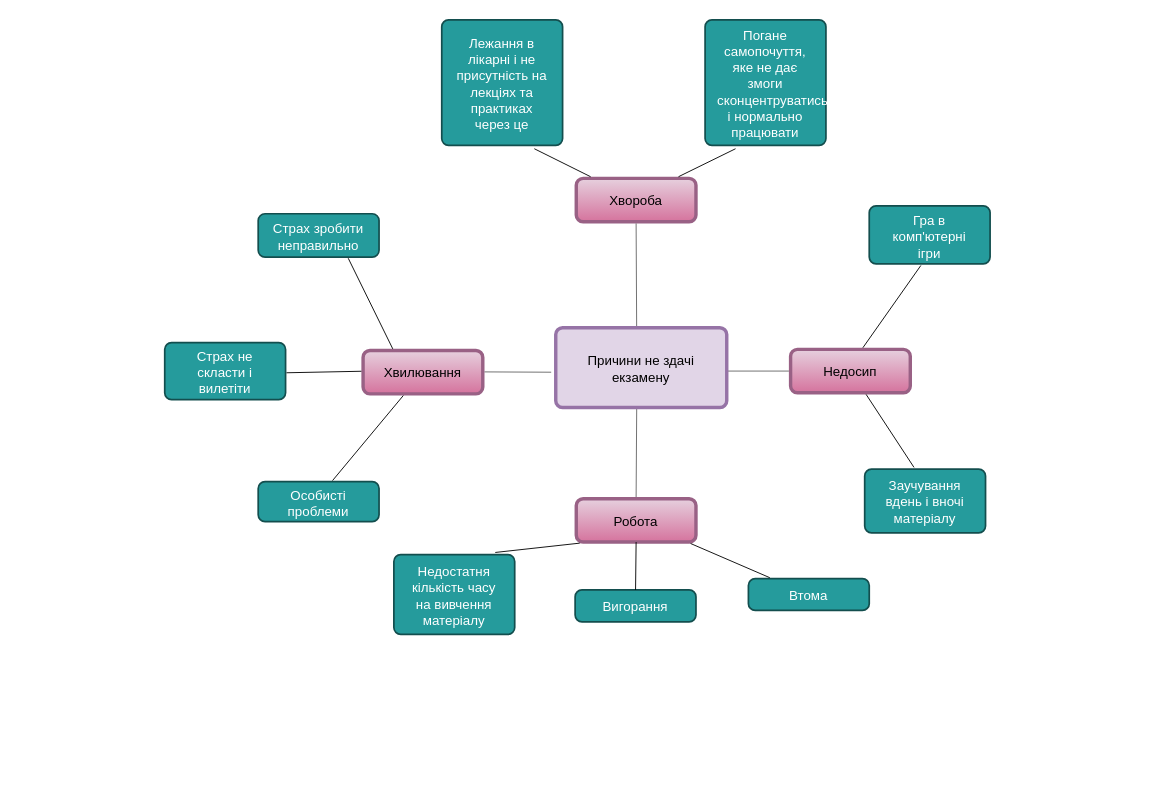
This is Untitled Diagram.drawio from Alekssin1/lab2, a draw.io file, before an edit. Source tidied: cells renumbered, new cells numbered last; positions are measured from the earlier drawing's top-left corner, leaving out a move shared by most shapes. Both pictures are drawn from the tidied source at 114%, with x=0, y=0 at pixel (164, 19).
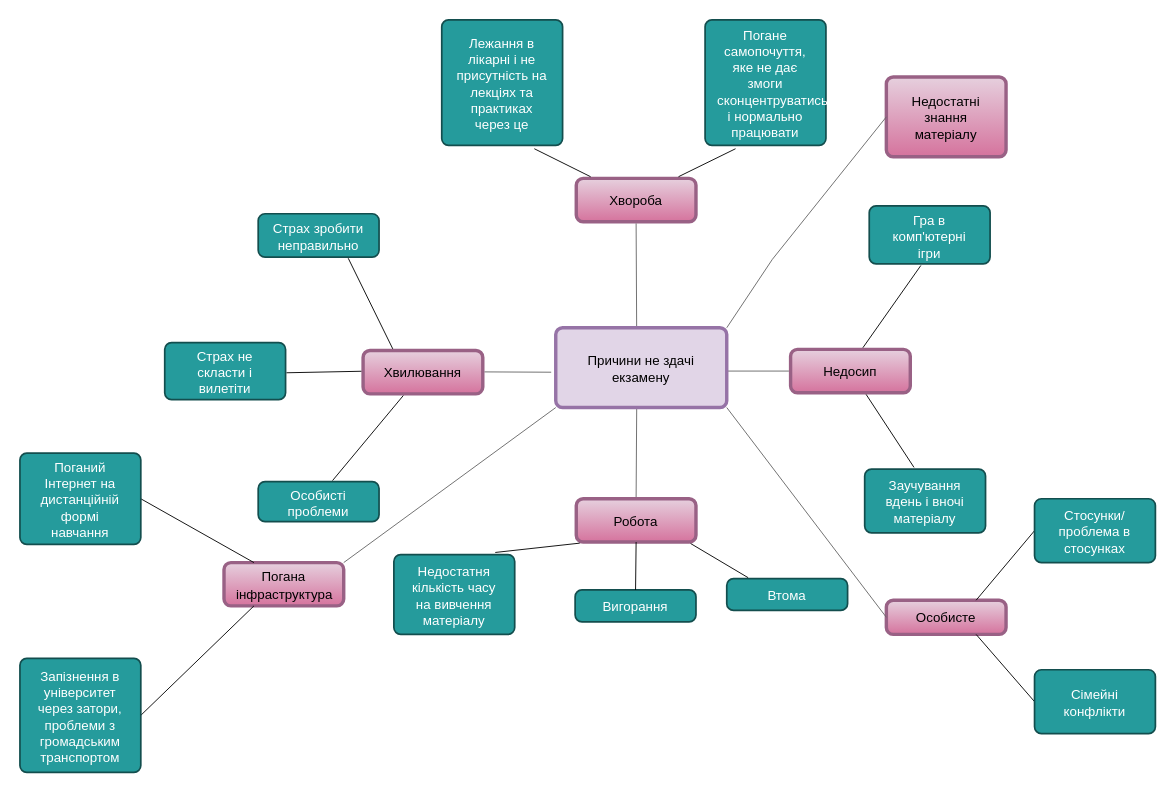
Above is the later version.

Commit message:
Mind map

The change refers to these unchanged cells:
```xml
<mxCell id="28" value="Причини не здачі екзамену" style="html=1;overflow=block;blockSpacing=1;whiteSpace=wrap;fontSize=11.7;align=center;spacingLeft=8.4;spacingRight=8.4;spacingTop=2.4;spacing=3.6;verticalAlign=middle;strokeOpacity=100;fillOpacity=100;rounded=1;absoluteArcSize=1;arcSize=12;fillColor=#e1d5e7;strokeWidth=3;strokeColor=#9673a6;" parent="1" vertex="1">
  <mxGeometry x="343" y="270" width="150" height="70" as="geometry" />
</mxCell>
```

What changed in the source:
```diff
@@
     <mxCell id="12" value="Втома" style="html=1;overflow=block;blockSpacing=1;whiteSpace=wrap;fontSize=11.7;fontColor=#ffffff;align=center;spacingLeft=8.4;spacingRight=8.4;spacingTop=2.4;spacing=3.6;strokeColor=#134e4e;strokeOpacity=100;fillOpacity=100;rounded=1;absoluteArcSize=1;arcSize=12;fillColor=#259b9c;strokeWidth=1.5;" parent="1" vertex="1">
-      <mxGeometry x="512" y="490" width="106" height="28" as="geometry" />
+      <mxGeometry x="493" y="490" width="106" height="28" as="geometry" />
     </mxCell>
@@
+    <mxCell id="31" value="Недостатні знання матеріалу" style="html=1;overflow=block;blockSpacing=1;whiteSpace=wrap;fontSize=11.7;align=center;spacingLeft=8.4;spacingRight=8.4;spacingTop=2.4;spacing=3.6;verticalAlign=middle;strokeOpacity=100;fillOpacity=100;rounded=1;absoluteArcSize=1;arcSize=12;fillColor=#e6d0de;strokeWidth=3;gradientColor=#d5739d;strokeColor=#996185;" parent="1" vertex="1">
+      <mxGeometry x="633" y="50" width="105" height="70" as="geometry" />
+    </mxCell>
+    <mxCell id="32" style="html=1;jettySize=18;whiteSpace=wrap;fontSize=13;strokeColor=#666666;strokeOpacity=100;strokeWidth=0.8;rounded=0;startArrow=none;endArrow=none;entryX=0;entryY=0.5;entryDx=0;entryDy=0;exitX=1;exitY=0;exitDx=0;exitDy=0;" parent="1" edge="1" source="28" target="31">
+      <mxGeometry relative="1" as="geometry">
+        <Array as="points">
+          <mxPoint x="533" y="210" />
+        </Array>
+      </mxGeometry>
+    </mxCell>
+    <mxCell id="33" value="Особисте" style="html=1;overflow=block;blockSpacing=1;whiteSpace=wrap;fontSize=11.7;align=center;spacingLeft=8.4;spacingRight=8.4;spacingTop=2.4;spacing=3.6;verticalAlign=middle;strokeOpacity=100;fillOpacity=100;rounded=1;absoluteArcSize=1;arcSize=12;fillColor=#e6d0de;strokeWidth=3;gradientColor=#d5739d;strokeColor=#996185;" parent="1" vertex="1">
+      <mxGeometry x="633" y="509" width="105" height="30" as="geometry" />
+    </mxCell>
+    <mxCell id="34" style="html=1;jettySize=18;whiteSpace=wrap;fontSize=13;strokeColor=#666666;strokeOpacity=100;strokeWidth=0.8;rounded=0;startArrow=none;endArrow=none;entryX=0;entryY=0.5;entryDx=0;entryDy=0;exitX=1;exitY=1;exitDx=0;exitDy=0;" parent="1" edge="1" source="28" target="33">
+      <mxGeometry relative="1" as="geometry" />
+    </mxCell>
+    <mxCell id="35" style="html=1;jettySize=18;whiteSpace=wrap;fontSize=13;strokeWidth=0.8;rounded=0;startArrow=none;endArrow=none;entryX=0;entryY=0.5;exitX=0.75;exitY=0;exitDx=0;exitDy=0;entryDx=0;entryDy=0;" parent="1" edge="1" source="33" target="37">
+      <mxGeometry relative="1" as="geometry" />
+    </mxCell>
+    <mxCell id="36" style="html=1;jettySize=18;whiteSpace=wrap;fontSize=13;strokeWidth=0.8;rounded=0;startArrow=none;endArrow=none;exitX=0.75;exitY=1;exitDx=0;exitDy=0;entryX=0;entryY=0.5;entryDx=0;entryDy=0;" parent="1" edge="1" source="33" target="38">
+      <mxGeometry relative="1" as="geometry" />
+    </mxCell>
+    <mxCell id="37" value="Стосунки/проблема в стосунках" style="html=1;overflow=block;blockSpacing=1;whiteSpace=wrap;fontSize=11.7;fontColor=#ffffff;align=center;spacingLeft=8.4;spacingRight=8.4;spacingTop=2.4;spacing=3.6;strokeColor=#134e4e;strokeOpacity=100;fillOpacity=100;rounded=1;absoluteArcSize=1;arcSize=12;fillColor=#259b9c;strokeWidth=1.5;" parent="1" vertex="1">
+      <mxGeometry x="763" y="420" width="106" height="56" as="geometry" />
+    </mxCell>
+    <mxCell id="38" value="Сімейні конфлікти" style="html=1;overflow=block;blockSpacing=1;whiteSpace=wrap;fontSize=11.7;fontColor=#ffffff;align=center;spacingLeft=8.4;spacingRight=8.4;spacingTop=2.4;spacing=3.6;strokeColor=#134e4e;strokeOpacity=100;fillOpacity=100;rounded=1;absoluteArcSize=1;arcSize=12;fillColor=#259b9c;strokeWidth=1.5;" parent="1" vertex="1">
+      <mxGeometry x="763" y="570" width="106" height="56" as="geometry" />
+    </mxCell>
+    <mxCell id="39" value="Погана інфраструктура" style="html=1;overflow=block;blockSpacing=1;whiteSpace=wrap;fontSize=11.7;align=center;spacingLeft=8.4;spacingRight=8.4;spacingTop=2.4;spacing=3.6;verticalAlign=middle;strokeOpacity=100;fillOpacity=100;rounded=1;absoluteArcSize=1;arcSize=12;fillColor=#e6d0de;strokeWidth=3;gradientColor=#d5739d;strokeColor=#996185;" parent="1" vertex="1">
+      <mxGeometry x="52" y="476" width="105" height="38" as="geometry" />
+    </mxCell>
+    <mxCell id="40" style="html=1;jettySize=18;whiteSpace=wrap;fontSize=13;strokeColor=#666666;strokeOpacity=100;strokeWidth=0.8;rounded=0;startArrow=none;endArrow=none;entryX=1;entryY=0;entryDx=0;entryDy=0;exitX=0;exitY=1;exitDx=0;exitDy=0;" parent="1" edge="1" source="28" target="39">
+      <mxGeometry relative="1" as="geometry" />
+    </mxCell>
+    <mxCell id="41" style="html=1;jettySize=18;whiteSpace=wrap;fontSize=13;strokeWidth=0.8;rounded=0;startArrow=none;endArrow=none;exitX=0.25;exitY=1;exitDx=0;exitDy=0;entryX=1;entryY=0.5;entryDx=0;entryDy=0;" parent="1" edge="1" source="39" target="44">
+      <mxGeometry relative="1" as="geometry" />
+    </mxCell>
+    <mxCell id="42" style="html=1;jettySize=18;whiteSpace=wrap;fontSize=13;strokeWidth=0.8;rounded=0;startArrow=none;endArrow=none;exitX=0.25;exitY=0;exitDx=0;exitDy=0;entryX=1;entryY=0.5;entryDx=0;entryDy=0;" parent="1" edge="1" source="39" target="43">
+      <mxGeometry relative="1" as="geometry" />
+    </mxCell>
+    <mxCell id="43" value="Поганий Інтернет на дистанційній формі навчання" style="html=1;overflow=block;blockSpacing=1;whiteSpace=wrap;fontSize=11.7;fontColor=#ffffff;align=center;spacingLeft=8.4;spacingRight=8.4;spacingTop=2.4;spacing=3.6;strokeColor=#134e4e;strokeOpacity=100;fillOpacity=100;rounded=1;absoluteArcSize=1;arcSize=12;fillColor=#259b9c;strokeWidth=1.5;" parent="1" vertex="1">
+      <mxGeometry x="-127" y="380" width="106" height="80" as="geometry" />
+    </mxCell>
+    <mxCell id="44" value="Запізнення в університет через затори, проблеми з громадським транспортом" style="html=1;overflow=block;blockSpacing=1;whiteSpace=wrap;fontSize=11.7;fontColor=#ffffff;align=center;spacingLeft=8.4;spacingRight=8.4;spacingTop=2.4;spacing=3.6;strokeColor=#134e4e;strokeOpacity=100;fillOpacity=100;rounded=1;absoluteArcSize=1;arcSize=12;fillColor=#259b9c;strokeWidth=1.5;" parent="1" vertex="1">
+      <mxGeometry x="-127" y="560" width="106" height="100" as="geometry" />
+    </mxCell>
```
